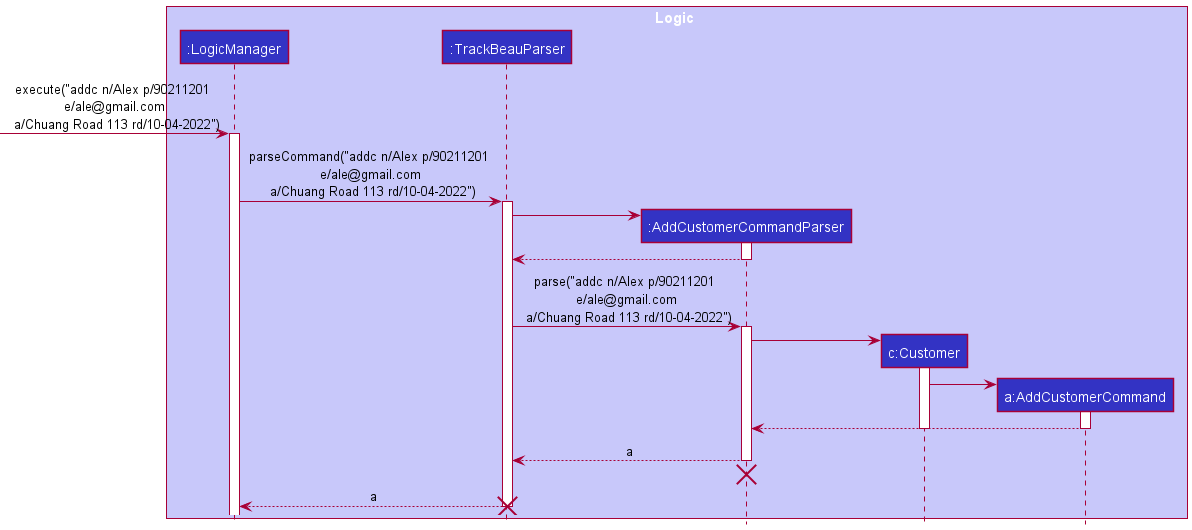
Before: docs/images/AddCustomerSequenceDiagram.png, a diagram exported from PlantUML (nus-cs2103-AY2122S2/tp).
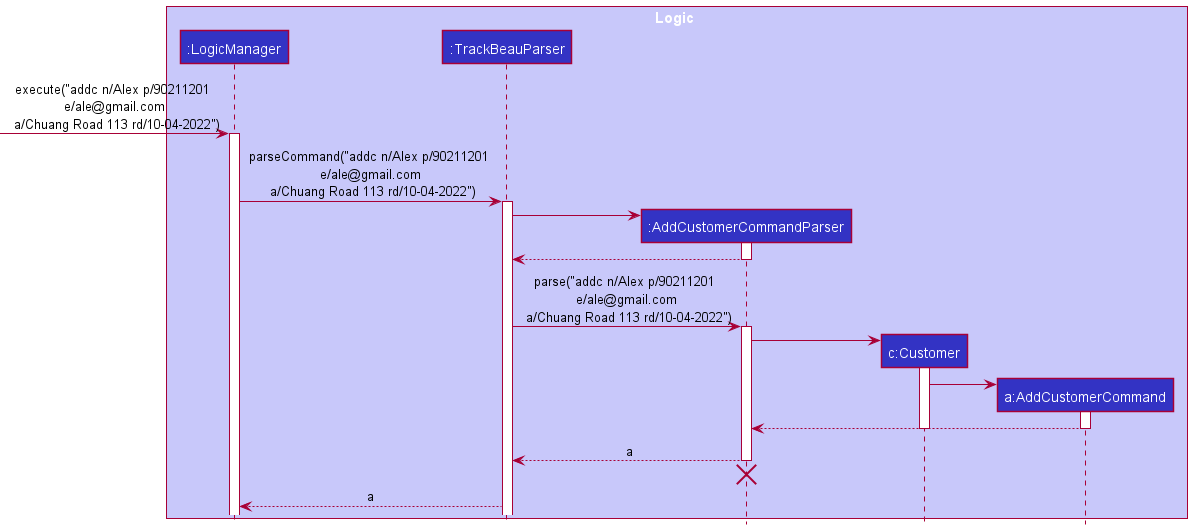
After the commit.

Commit message:
Fix bug in diagram

Diff of the diagram source:
```diff
@@ -43,7 +43,6 @@
 destroy AddCustomerCommandParser
 
 TrackBeauParser --> LogicManager : a
-destroy TrackBeauParser
 
 
 @enduml
```
